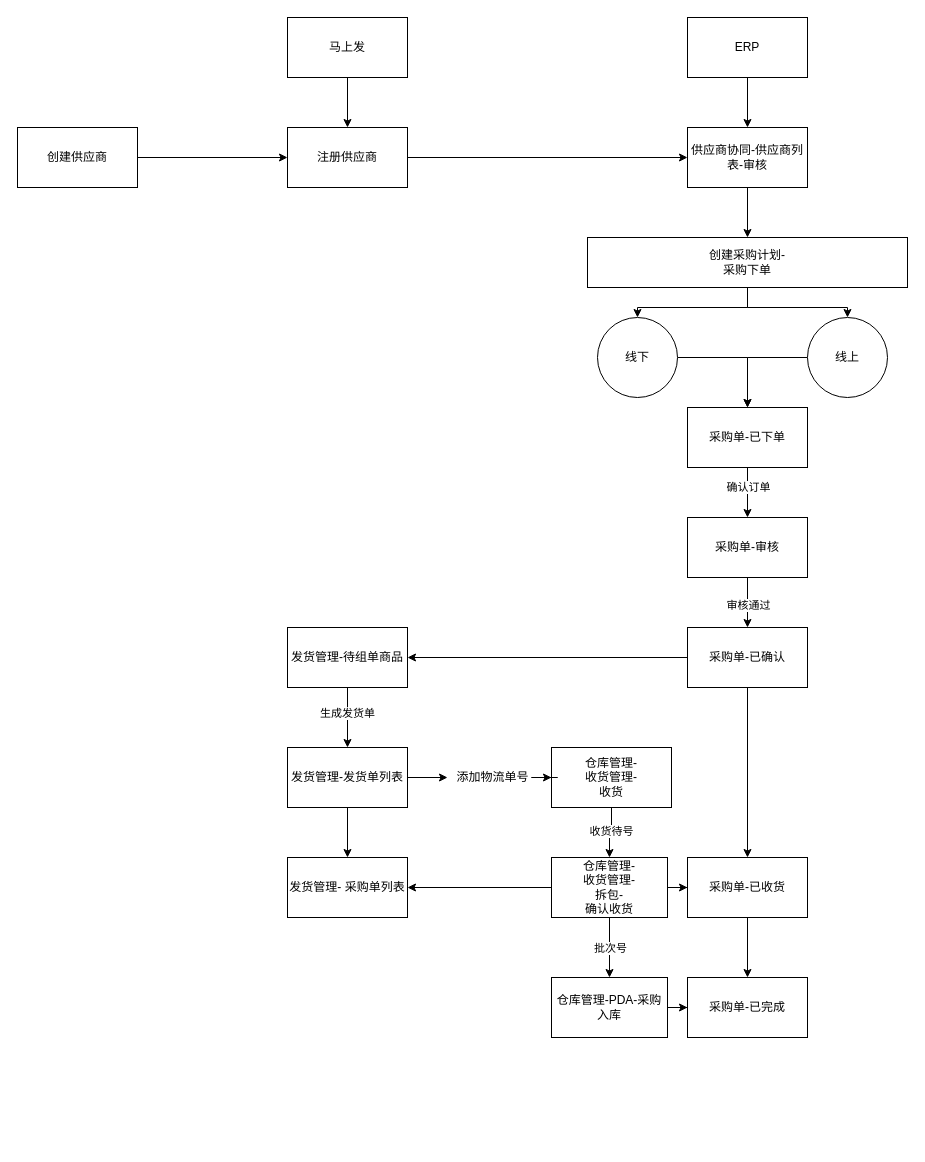
Above: Untitled Diagram.drawio in gmkgmk/blog (draw.io), before the change. Source tidied: cells renumbered, new cells numbered last; positions are measured from the earlier drawing's top-left corner, leaving out a move shared by most shapes. Both pictures are drawn from the tidied source at 100%, with x=0, y=0 at pixel (17, 17).
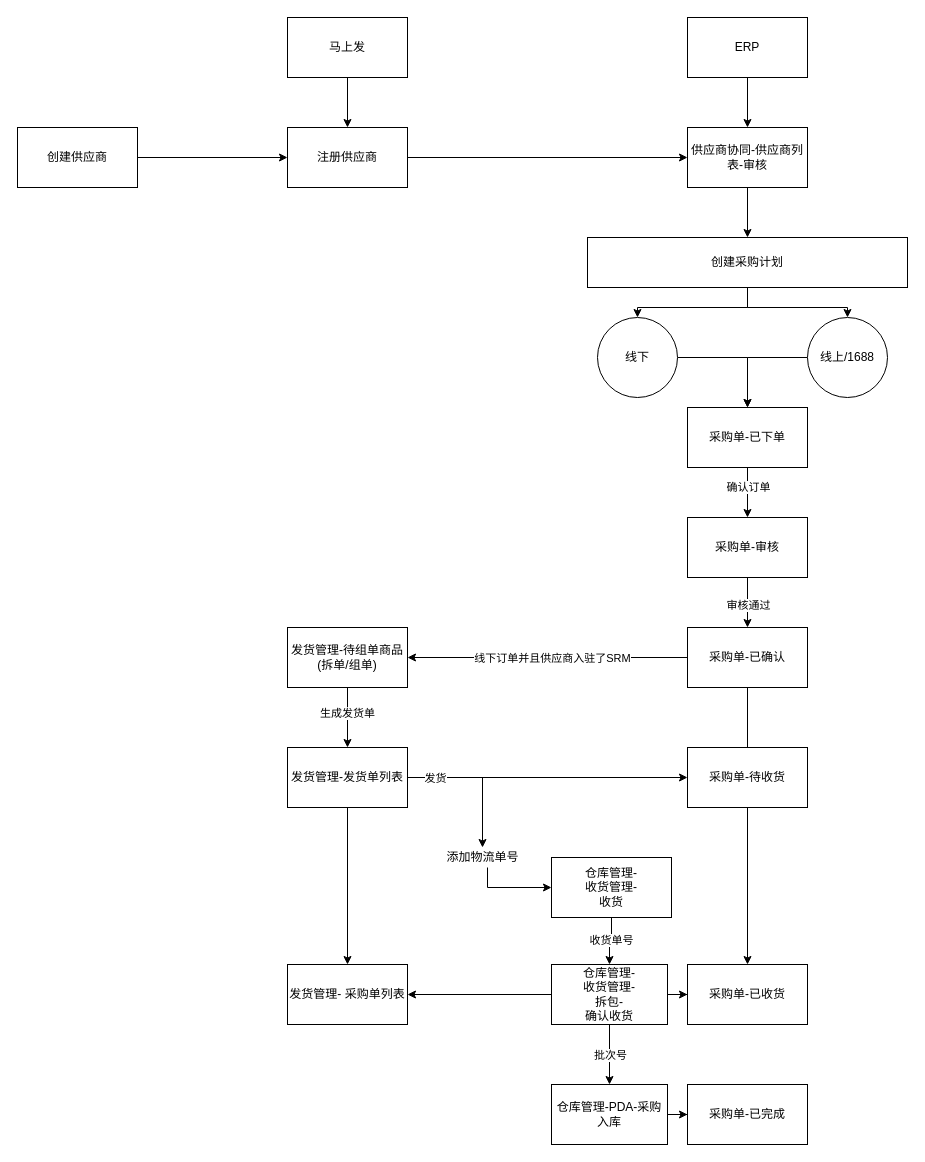
The same page after the edit.

Commit message:
业务梳理-采购.drawio

Unchanged cells that the change refers to:
```xml
<mxCell id="21" style="edgeStyle=orthogonalEdgeStyle;rounded=0;jettySize=auto;html=1;entryX=1;entryY=0.5;entryDx=0;entryDy=0;" parent="1" edge="1" source="23" target="30">
  <mxGeometry relative="1" as="geometry" />
</mxCell>
<mxCell id="33" value="发货管理-发货单列表" style="rounded=0;whiteSpace=wrap;html=1;" parent="1" vertex="1">
  <mxGeometry x="270" y="730" width="120" height="60" as="geometry" />
</mxCell>
<mxCell id="34" style="edgeStyle=orthogonalEdgeStyle;rounded=0;jettySize=auto;html=1;" parent="1" edge="1" source="36" target="43">
  <mxGeometry relative="1" as="geometry" />
</mxCell>
```

What changed in the source:
```diff
@@
-    <mxCell id="14" value="创建采购计划-&lt;br&gt;采购下单" style="rounded=0;whiteSpace=wrap;html=1;" parent="1" vertex="1">
+    <mxCell id="14" value="创建采购计划" style="rounded=0;whiteSpace=wrap;html=1;" parent="1" vertex="1">
       <mxGeometry x="570" y="220" width="320" height="50" as="geometry" />
     </mxCell>
@@
+    <mxCell id="50" value="线下订单并且供应商入驻了SRM" style="edgeLabel;html=1;align=center;verticalAlign=middle;" parent="21" vertex="1">
+      <mxGeometry x="0.2" y="-4" relative="1" as="geometry">
+        <mxPoint x="32" y="4" as="offset" />
+      </mxGeometry>
+    </mxCell>
@@
-    <mxCell id="27" value="线上" style="ellipse;whiteSpace=wrap;html=1;" parent="1" vertex="1">
+    <mxCell id="27" value="线上/1688" style="ellipse;whiteSpace=wrap;html=1;" parent="1" vertex="1">
       <mxGeometry x="790" y="300" width="80" height="80" as="geometry" />
     </mxCell>
@@
-    <mxCell id="30" value="发货管理-待组单商品" style="rounded=0;whiteSpace=wrap;html=1;" parent="1" vertex="1">
+    <mxCell id="30" value="发货管理-待组单商品&lt;br&gt;(拆单/组单)" style="rounded=0;whiteSpace=wrap;html=1;" parent="1" vertex="1">
       <mxGeometry x="270" y="610" width="120" height="60" as="geometry" />
     </mxCell>
@@
+    <mxCell id="51" style="edgeStyle=orthogonalEdgeStyle;rounded=0;jettySize=auto;html=1;" parent="1" edge="1" source="33" target="53">
+      <mxGeometry relative="1" as="geometry" />
+    </mxCell>
+    <mxCell id="52" value="发货" style="edgeLabel;html=1;align=center;verticalAlign=middle;" parent="51" vertex="1">
+      <mxGeometry x="-0.81" relative="1" as="geometry" />
+    </mxCell>
@@
-    <mxCell id="35" value="收货待号" style="edgeLabel;html=1;align=center;verticalAlign=middle;" parent="34" vertex="1">
+    <mxCell id="35" value="收货单号" style="edgeLabel;html=1;align=center;verticalAlign=middle;" parent="34" vertex="1">
       <mxGeometry x="-0.12" y="-1" relative="1" as="geometry" />
     </mxCell>
     <mxCell id="36" value="仓库管理-&lt;br&gt;收货管理-&lt;br&gt;收货" style="rounded=0;whiteSpace=wrap;html=1;" parent="1" vertex="1">
-      <mxGeometry x="534" y="730" width="120" height="60" as="geometry" />
+      <mxGeometry x="534" y="840" width="120" height="60" as="geometry" />
     </mxCell>
     <mxCell id="37" style="edgeStyle=orthogonalEdgeStyle;rounded=0;jettySize=auto;html=1;" parent="1" edge="1" source="38" target="36">
-      <mxGeometry relative="1" as="geometry" />
+      <mxGeometry relative="1" as="geometry">
+        <Array as="points">
+          <mxPoint x="470" y="830" />
+        </Array>
+      </mxGeometry>
     </mxCell>
     <mxCell id="38" value="添加物流单号" style="text;html=1;align=center;verticalAlign=middle;points=[];strokeColor=none;" parent="1" vertex="1">
-      <mxGeometry x="430" y="750" width="90" height="20" as="geometry" />
+      <mxGeometry x="420" y="830" width="90" height="20" as="geometry" />
     </mxCell>
@@
     <mxCell id="43" value="仓库管理-&lt;br&gt;收货管理-&lt;br&gt;拆包-&lt;br&gt;确认收货" style="rounded=0;whiteSpace=wrap;html=1;" parent="1" vertex="1">
-      <mxGeometry x="534" y="840" width="116" height="60" as="geometry" />
+      <mxGeometry x="534" y="947" width="116" height="60" as="geometry" />
     </mxCell>
@@
     <mxCell id="45" value="仓库管理-PDA-采购入库" style="rounded=0;whiteSpace=wrap;html=1;" parent="1" vertex="1">
-      <mxGeometry x="534" y="960" width="116" height="60" as="geometry" />
+      <mxGeometry x="534" y="1067" width="116" height="60" as="geometry" />
     </mxCell>
-    <mxCell id="46" style="edgeStyle=orthogonalEdgeStyle;rounded=0;jettySize=auto;html=1;" parent="1" edge="1" source="47" target="49">
-      <mxGeometry relative="1" as="geometry" />
-    </mxCell>
     <mxCell id="47" value="采购单-已收货" style="rounded=0;whiteSpace=wrap;html=1;" parent="1" vertex="1">
-      <mxGeometry x="670" y="840" width="120" height="60" as="geometry" />
+      <mxGeometry x="670" y="947" width="120" height="60" as="geometry" />
     </mxCell>
     <mxCell id="48" value="发货管理- 采购单列表" style="rounded=0;whiteSpace=wrap;html=1;" parent="1" vertex="1">
-      <mxGeometry x="270" y="840" width="120" height="60" as="geometry" />
+      <mxGeometry x="270" y="947" width="120" height="60" as="geometry" />
     </mxCell>
     <mxCell id="49" value="采购单-已完成" style="rounded=0;whiteSpace=wrap;html=1;" parent="1" vertex="1">
-      <mxGeometry x="670" y="960" width="120" height="60" as="geometry" />
+      <mxGeometry x="670" y="1067" width="120" height="60" as="geometry" />
     </mxCell>
+    <mxCell id="53" value="采购单-待收货" style="rounded=0;whiteSpace=wrap;html=1;" parent="1" vertex="1">
+      <mxGeometry x="670" y="730" width="120" height="60" as="geometry" />
+    </mxCell>
```
